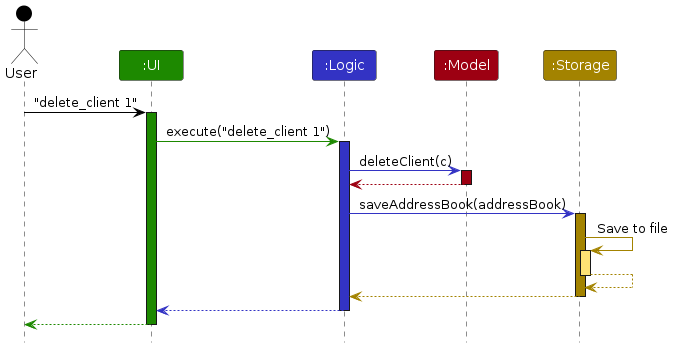
This is diagrams/ArchitectureSequenceDiagram.png from ryanlow64/tp, a PlantUML export, as it was before one commit. Its source is kept beside it as diagrams/ArchitectureSequenceDiagram.puml.
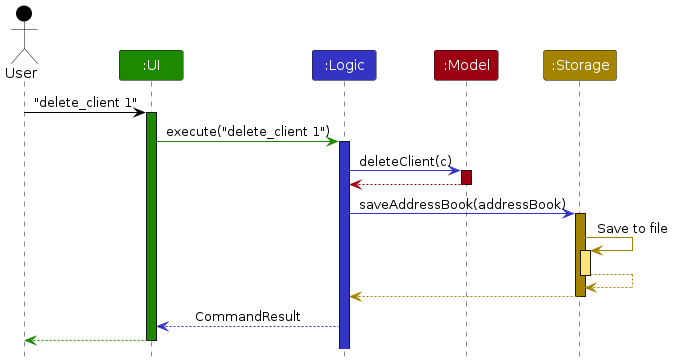
The same diagram one commit later.

Change to the diagram source:
```diff
@@ -31,8 +31,7 @@
 storage --[STORAGE_COLOR]> logic
 deactivate storage
 
-logic --[LOGIC_COLOR]> ui
-deactivate logic
+logic --[LOGIC_COLOR]> ui : CommandResult
 
 ui--[UI_COLOR]> user
 deactivate ui
```
